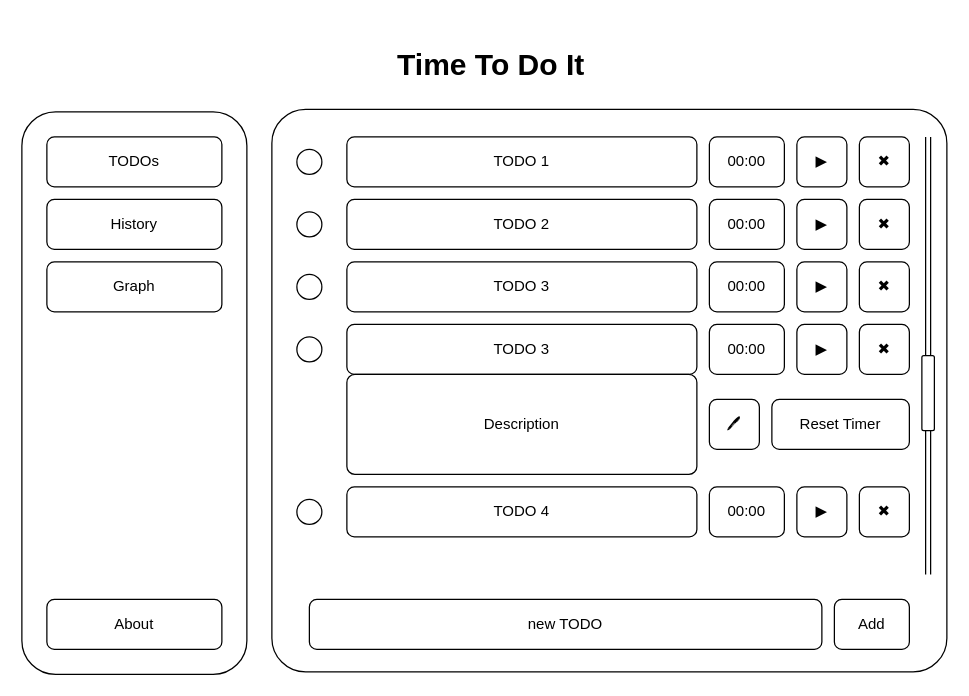
The draw.io diagram concept.dio in Icky50/time-to-do-it, before the edit. Source tidied: cells renumbered, new cells numbered last; positions are measured from the earlier drawing's top-left corner, leaving out a move shared by most shapes. Both pictures are drawn from the tidied source at 125%, with x=0, y=0 at pixel (21, 21).
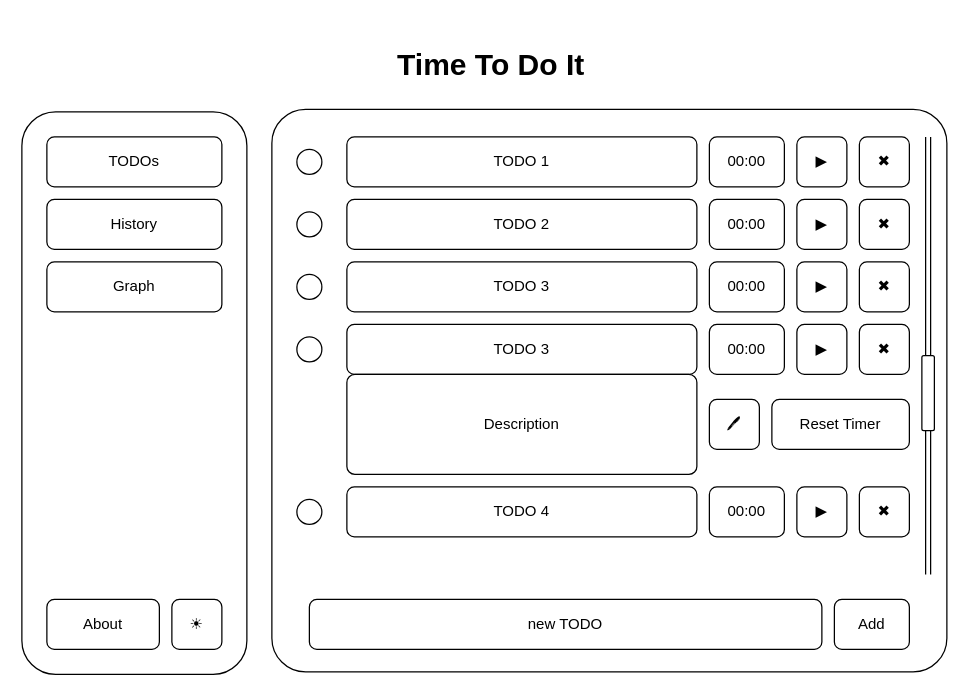
After the change.

Commit message:
added theme switching button to the concept drawing

Diff of the diagram source:
```diff
@@
     <mxCell id="33" value="About" style="rounded=1;whiteSpace=wrap;html=1;" parent="1" vertex="1">
-      <mxGeometry x="20" y="462" width="140" height="40" as="geometry" />
+      <mxGeometry x="20" y="462" width="90" height="40" as="geometry" />
     </mxCell>
@@
+    <mxCell id="42" value="☀" style="rounded=1;whiteSpace=wrap;html=1;" parent="1" vertex="1">
+      <mxGeometry x="120" y="462" width="40" height="40" as="geometry" />
+    </mxCell>
```
